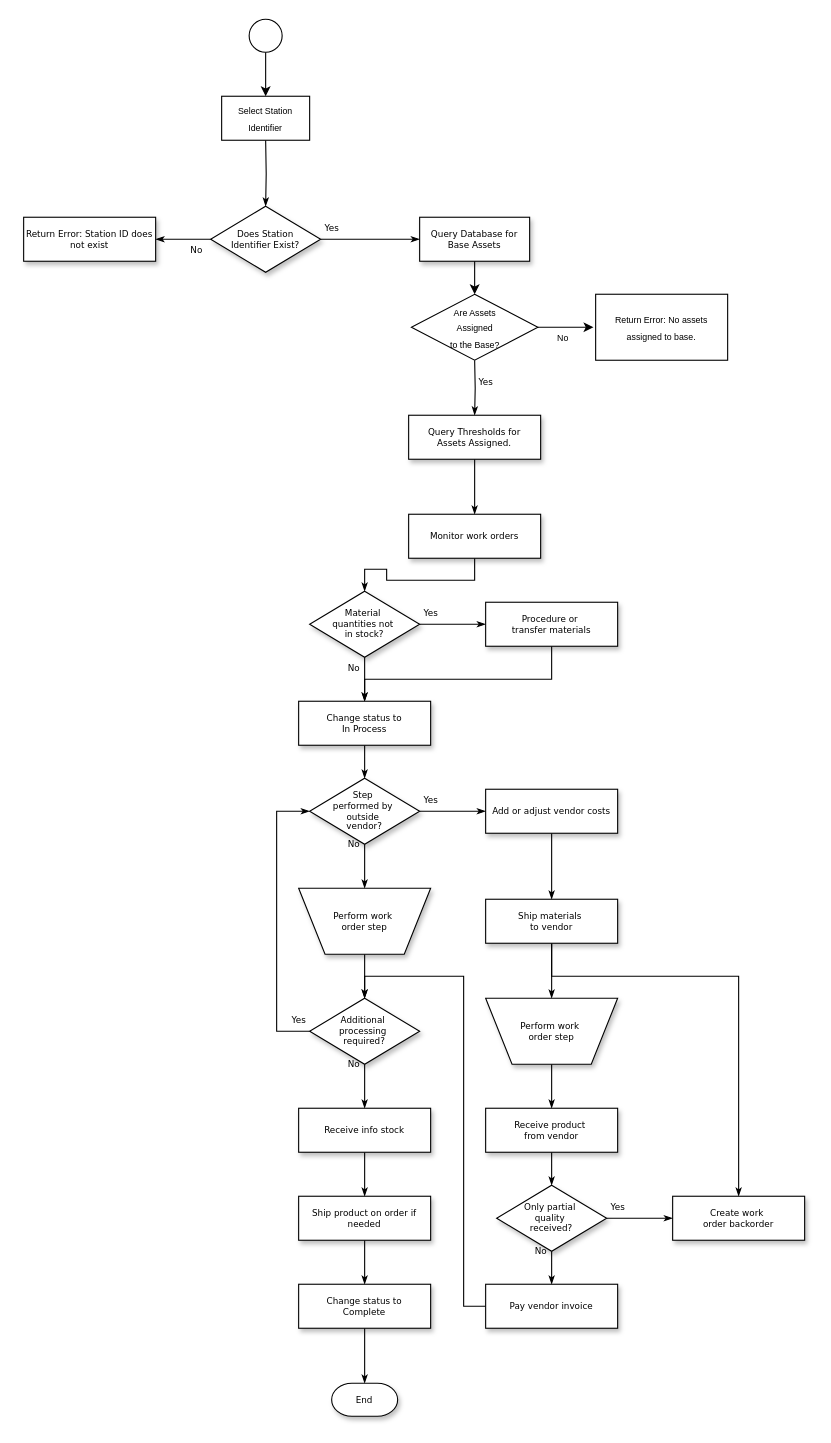
Before: Untitled Diagram.drawio in sd19surf/brad_test, a draw.io diagram. Source tidied: cells renumbered, new cells numbered last; positions are measured from the earlier drawing's top-left corner, leaving out a move shared by most shapes. Both pictures are drawn from the tidied source at 110%, with x=0, y=0 at pixel (23, 19).
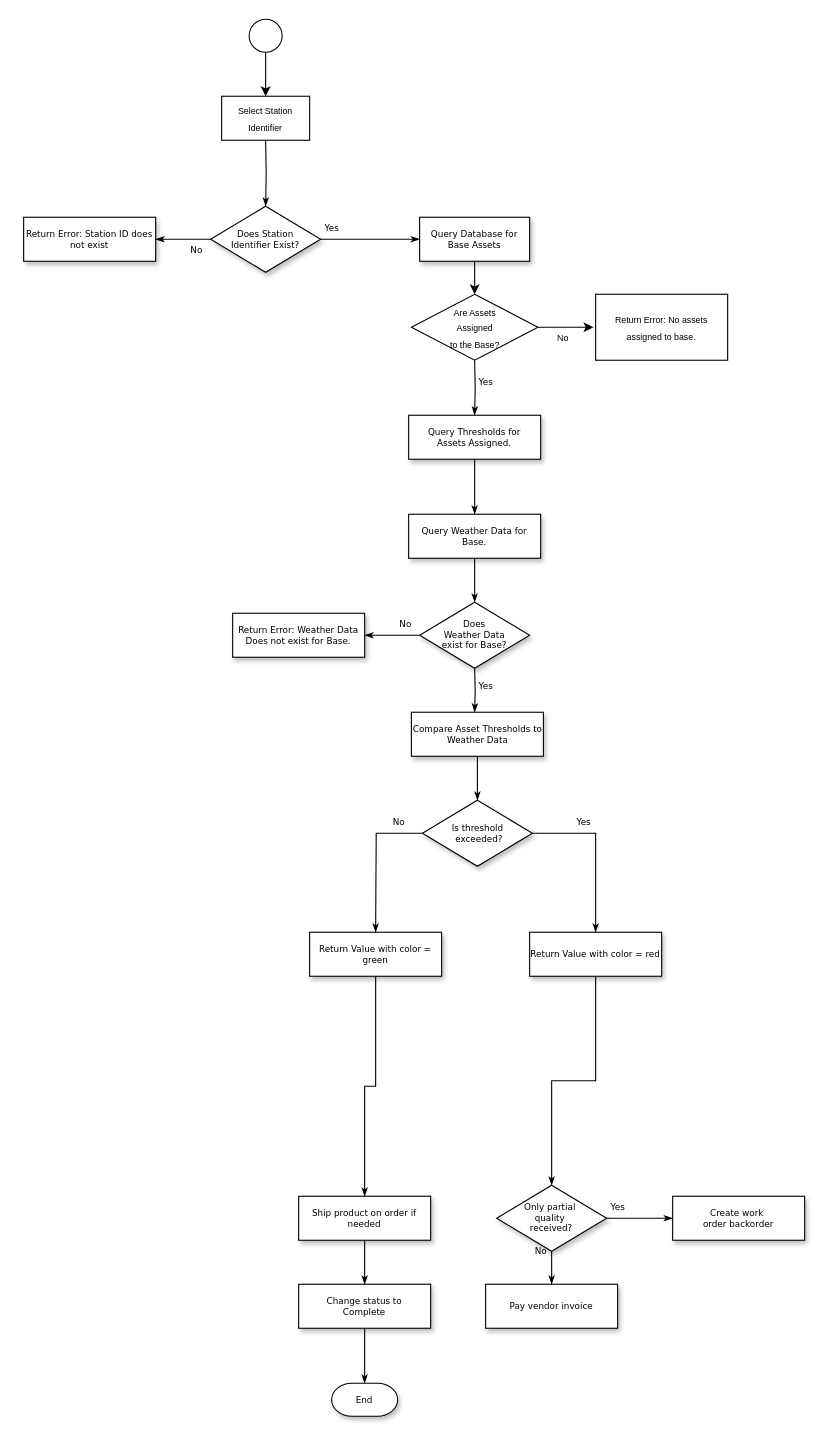
The same diagram, later.

Unchanged cells that the change refers to:
```xml
<mxCell id="44" value="Create work&amp;nbsp;&lt;div&gt;order backorder&lt;/div&gt;" style="whiteSpace=wrap;html=1;rounded=0;shadow=1;labelBackgroundColor=none;strokeWidth=1;fontFamily=Verdana;fontSize=8;align=center;" parent="1" vertex="1">
  <mxGeometry x="590" y="1070" width="120" height="40" as="geometry" />
</mxCell>
<mxCell id="48" value="Pay vendor invoice" style="rounded=0;whiteSpace=wrap;html=1;shadow=1;labelBackgroundColor=none;strokeWidth=1;fontFamily=Verdana;fontSize=8;align=center;" parent="1" vertex="1">
  <mxGeometry x="420" y="1150" width="120" height="40" as="geometry" />
</mxCell>
```

Diff of the diagram source:
```diff
@@
-    <mxCell id="12" value="Monitor work orders" style="whiteSpace=wrap;html=1;rounded=0;shadow=1;labelBackgroundColor=none;strokeWidth=1;fontFamily=Verdana;fontSize=8;align=center;" parent="1" vertex="1">
+    <mxCell id="12" value="Query Weather Data for Base." style="whiteSpace=wrap;html=1;rounded=0;shadow=1;labelBackgroundColor=none;strokeWidth=1;fontFamily=Verdana;fontSize=8;align=center;" parent="1" vertex="1">
       <mxGeometry x="350" y="450" width="120" height="40" as="geometry" />
     </mxCell>
-    <mxCell id="13" value="Yes" style="edgeStyle=orthogonalEdgeStyle;rounded=0;html=1;labelBackgroundColor=none;startSize=5;endArrow=classicThin;endFill=1;endSize=5;jettySize=auto;strokeWidth=1;fontFamily=Verdana;fontSize=8;" parent="1" edge="1" source="15" target="17">
-      <mxGeometry x="-0.67" y="10" relative="1" as="geometry" />
-    </mxCell>
@@
-    <mxCell id="15" value="Material&amp;nbsp;&lt;div&gt;quantities not&amp;nbsp;&lt;/div&gt;&lt;div&gt;in stock?&lt;/div&gt;" style="rhombus;whiteSpace=wrap;html=1;rounded=0;shadow=1;labelBackgroundColor=none;strokeWidth=1;fontFamily=Verdana;fontSize=8;align=center;" parent="1" vertex="1">
-      <mxGeometry x="260" y="520" width="100" height="60" as="geometry" />
+    <mxCell id="15" value="Does &lt;br&gt;Weather Data &lt;br&gt;exist for Base?" style="rhombus;whiteSpace=wrap;html=1;rounded=0;shadow=1;labelBackgroundColor=none;strokeWidth=1;fontFamily=Verdana;fontSize=8;align=center;" parent="1" vertex="1">
+      <mxGeometry x="360" y="530" width="100" height="60" as="geometry" />
     </mxCell>
-    <mxCell id="16" style="edgeStyle=orthogonalEdgeStyle;rounded=0;html=1;labelBackgroundColor=none;startSize=5;endArrow=classicThin;endFill=1;endSize=5;jettySize=auto;strokeWidth=1;fontFamily=Verdana;fontSize=8;" parent="1" edge="1" source="17" target="19">
-      <mxGeometry relative="1" as="geometry">
-        <Array as="points">
-          <mxPoint x="480" y="600" />
-          <mxPoint x="310" y="600" />
-        </Array>
-      </mxGeometry>
-    </mxCell>
-    <mxCell id="17" value="Procedure or&amp;nbsp;&lt;div&gt;transfer materials&lt;/div&gt;" style="whiteSpace=wrap;html=1;rounded=0;shadow=1;labelBackgroundColor=none;strokeWidth=1;fontFamily=Verdana;fontSize=8;align=center;" parent="1" vertex="1">
-      <mxGeometry x="420" y="530" width="120" height="40" as="geometry" />
-    </mxCell>
-    <mxCell id="18" style="edgeStyle=orthogonalEdgeStyle;rounded=0;html=1;labelBackgroundColor=none;startSize=5;endArrow=classicThin;endFill=1;endSize=5;jettySize=auto;strokeWidth=1;fontFamily=Verdana;fontSize=8;" parent="1" edge="1" source="19" target="22">
-      <mxGeometry relative="1" as="geometry" />
-    </mxCell>
-    <mxCell id="19" value="Change status to&lt;div&gt;In Process&lt;/div&gt;" style="whiteSpace=wrap;html=1;rounded=0;shadow=1;labelBackgroundColor=none;strokeWidth=1;fontFamily=Verdana;fontSize=8;align=center;" parent="1" vertex="1">
-      <mxGeometry x="250" y="620" width="120" height="40" as="geometry" />
+    <mxCell id="19" value="Return Error: Weather Data Does not exist for Base." style="whiteSpace=wrap;html=1;rounded=0;shadow=1;labelBackgroundColor=none;strokeWidth=1;fontFamily=Verdana;fontSize=8;align=center;" parent="1" vertex="1">
+      <mxGeometry x="190" y="540" width="120" height="40" as="geometry" />
     </mxCell>
-    <mxCell id="20" value="Yes" style="edgeStyle=orthogonalEdgeStyle;rounded=0;html=1;labelBackgroundColor=none;startSize=5;endArrow=classicThin;endFill=1;endSize=5;jettySize=auto;strokeWidth=1;fontFamily=Verdana;fontSize=8;" parent="1" edge="1" source="22" target="24">
-      <mxGeometry x="-0.67" y="10" relative="1" as="geometry" />
-    </mxCell>
-    <mxCell id="21" value="No" style="edgeStyle=orthogonalEdgeStyle;rounded=0;html=1;labelBackgroundColor=none;startSize=5;endArrow=classicThin;endFill=1;endSize=5;jettySize=auto;strokeWidth=1;fontFamily=Verdana;fontSize=8;" parent="1" edge="1" source="22" target="26">
-      <mxGeometry x="-1" y="-10" relative="1" as="geometry" />
-    </mxCell>
-    <mxCell id="22" value="Step&amp;nbsp;&lt;div&gt;performed by&amp;nbsp;&lt;/div&gt;&lt;div&gt;outside&amp;nbsp;&lt;/div&gt;&lt;div&gt;vendor?&lt;/div&gt;" style="rhombus;whiteSpace=wrap;html=1;rounded=0;shadow=1;labelBackgroundColor=none;strokeWidth=1;fontFamily=Verdana;fontSize=8;align=center;" parent="1" vertex="1">
-      <mxGeometry x="260" y="690" width="100" height="60" as="geometry" />
-    </mxCell>
-    <mxCell id="23" style="edgeStyle=orthogonalEdgeStyle;rounded=0;html=1;labelBackgroundColor=none;startSize=5;endArrow=classicThin;endFill=1;endSize=5;jettySize=auto;strokeWidth=1;fontFamily=Verdana;fontSize=8;" parent="1" edge="1" source="24" target="29">
-      <mxGeometry relative="1" as="geometry" />
+    <mxCell id="23" style="edgeStyle=orthogonalEdgeStyle;rounded=0;html=1;labelBackgroundColor=none;startSize=5;endArrow=classicThin;endFill=1;endSize=5;jettySize=auto;strokeWidth=1;fontFamily=Verdana;fontSize=8;" parent="1" edge="1" source="24">
+      <mxGeometry relative="1" as="geometry">
+        <mxPoint x="412.5" y="710" as="targetPoint" />
+      </mxGeometry>
     </mxCell>
-    <mxCell id="24" value="Add or adjust vendor costs" style="whiteSpace=wrap;html=1;rounded=0;shadow=1;labelBackgroundColor=none;strokeWidth=1;fontFamily=Verdana;fontSize=8;align=center;" parent="1" vertex="1">
-      <mxGeometry x="420" y="700" width="120" height="40" as="geometry" />
+    <mxCell id="24" value="Compare Asset Thresholds to Weather Data" style="whiteSpace=wrap;html=1;rounded=0;shadow=1;labelBackgroundColor=none;strokeWidth=1;fontFamily=Verdana;fontSize=8;align=center;" parent="1" vertex="1">
+      <mxGeometry x="352.5" y="630" width="120" height="40" as="geometry" />
     </mxCell>
-    <mxCell id="25" style="edgeStyle=orthogonalEdgeStyle;rounded=0;html=1;labelBackgroundColor=none;startSize=5;endArrow=classicThin;endFill=1;endSize=5;jettySize=auto;strokeWidth=1;fontFamily=Verdana;fontSize=8;" parent="1" edge="1" source="26" target="32">
-      <mxGeometry relative="1" as="geometry" />
-    </mxCell>
-    <mxCell id="26" value="Perform work&amp;nbsp;&lt;div&gt;order step&lt;/div&gt;" style="shape=trapezoid;whiteSpace=wrap;html=1;rounded=0;shadow=1;labelBackgroundColor=none;strokeWidth=1;fontFamily=Verdana;fontSize=8;align=center;flipV=1;" parent="1" vertex="1">
-      <mxGeometry x="250" y="790" width="120" height="60" as="geometry" />
-    </mxCell>
-    <mxCell id="27" style="edgeStyle=orthogonalEdgeStyle;rounded=0;html=1;labelBackgroundColor=none;startSize=5;endArrow=classicThin;endFill=1;endSize=5;jettySize=auto;strokeWidth=1;fontFamily=Verdana;fontSize=8;" parent="1" edge="1" source="29" target="34">
-      <mxGeometry relative="1" as="geometry" />
-    </mxCell>
-    <mxCell id="28" style="edgeStyle=orthogonalEdgeStyle;rounded=0;html=1;labelBackgroundColor=none;startSize=5;endArrow=classicThin;endFill=1;endSize=5;jettySize=auto;strokeWidth=1;fontFamily=Verdana;fontSize=8;" parent="1" edge="1" source="29" target="44">
-      <mxGeometry relative="1" as="geometry">
-        <Array as="points">
-          <mxPoint x="480" y="870" />
-          <mxPoint x="650" y="870" />
-        </Array>
-      </mxGeometry>
-    </mxCell>
-    <mxCell id="29" value="Ship materials&amp;nbsp;&lt;div&gt;to vendor&lt;/div&gt;" style="rounded=0;whiteSpace=wrap;html=1;shadow=1;labelBackgroundColor=none;strokeWidth=1;fontFamily=Verdana;fontSize=8;align=center;" parent="1" vertex="1">
-      <mxGeometry x="420" y="800" width="120" height="40" as="geometry" />
-    </mxCell>
-    <mxCell id="30" value="Yes" style="edgeStyle=orthogonalEdgeStyle;rounded=0;html=1;labelBackgroundColor=none;startSize=5;endArrow=classicThin;endFill=1;endSize=5;jettySize=auto;strokeWidth=1;fontFamily=Verdana;fontSize=8;" parent="1" edge="1" source="32" target="22">
-      <mxGeometry x="-0.69" y="-20" relative="1" as="geometry">
-        <Array as="points">
-          <mxPoint x="230" y="920" />
-          <mxPoint x="230" y="720" />
-        </Array>
-      </mxGeometry>
-    </mxCell>
-    <mxCell id="31" value="No" style="edgeStyle=orthogonalEdgeStyle;rounded=0;html=1;labelBackgroundColor=none;startSize=5;endArrow=classicThin;endFill=1;endSize=5;jettySize=auto;strokeWidth=1;fontFamily=Verdana;fontSize=8;" parent="1" edge="1" source="32" target="36">
-      <mxGeometry x="-1" y="-10" relative="1" as="geometry" />
+    <mxCell id="31" value="No" style="edgeStyle=orthogonalEdgeStyle;rounded=0;html=1;labelBackgroundColor=none;startSize=5;endArrow=classicThin;endFill=1;endSize=5;jettySize=auto;strokeWidth=1;fontFamily=Verdana;fontSize=8;exitX=0;exitY=0.5;exitDx=0;exitDy=0;" parent="1" edge="1" source="32">
+      <mxGeometry x="-0.66" y="-10" relative="1" as="geometry">
+        <mxPoint x="320" y="830" as="targetPoint" />
+      </mxGeometry>
     </mxCell>
-    <mxCell id="32" value="Additional&amp;nbsp;&lt;div&gt;processing&amp;nbsp;&lt;/div&gt;&lt;div&gt;required?&lt;/div&gt;" style="rhombus;whiteSpace=wrap;html=1;rounded=0;shadow=1;labelBackgroundColor=none;strokeWidth=1;fontFamily=Verdana;fontSize=8;align=center;" parent="1" vertex="1">
-      <mxGeometry x="260" y="890" width="100" height="60" as="geometry" />
+    <mxCell id="32" value="Is threshold&lt;br&gt;&amp;nbsp;exceeded?" style="rhombus;whiteSpace=wrap;html=1;rounded=0;shadow=1;labelBackgroundColor=none;strokeWidth=1;fontFamily=Verdana;fontSize=8;align=center;" parent="1" vertex="1">
+      <mxGeometry x="362.5" y="710" width="100" height="60" as="geometry" />
     </mxCell>
-    <mxCell id="33" style="edgeStyle=orthogonalEdgeStyle;rounded=0;html=1;labelBackgroundColor=none;startSize=5;endArrow=classicThin;endFill=1;endSize=5;jettySize=auto;strokeWidth=1;fontFamily=Verdana;fontSize=8;" parent="1" edge="1" source="34" target="38">
-      <mxGeometry relative="1" as="geometry" />
-    </mxCell>
-    <mxCell id="34" value="Perform work&amp;nbsp;&lt;div&gt;order step&lt;/div&gt;" style="shape=trapezoid;whiteSpace=wrap;html=1;rounded=0;shadow=1;labelBackgroundColor=none;strokeWidth=1;fontFamily=Verdana;fontSize=8;align=center;flipV=1;" parent="1" vertex="1">
-      <mxGeometry x="420" y="890" width="120" height="60" as="geometry" />
-    </mxCell>
@@
-    <mxCell id="36" value="Receive info stock" style="rounded=0;whiteSpace=wrap;html=1;shadow=1;labelBackgroundColor=none;strokeWidth=1;fontFamily=Verdana;fontSize=8;align=center;" parent="1" vertex="1">
-      <mxGeometry x="250" y="990" width="120" height="40" as="geometry" />
+    <mxCell id="36" value="Return Value with color = green" style="rounded=0;whiteSpace=wrap;html=1;shadow=1;labelBackgroundColor=none;strokeWidth=1;fontFamily=Verdana;fontSize=8;align=center;" parent="1" vertex="1">
+      <mxGeometry x="260" y="830" width="120" height="40" as="geometry" />
     </mxCell>
@@
-    <mxCell id="38" value="Receive product&amp;nbsp;&lt;div&gt;from vendor&lt;/div&gt;" style="rounded=0;whiteSpace=wrap;html=1;shadow=1;labelBackgroundColor=none;strokeWidth=1;fontFamily=Verdana;fontSize=8;align=center;" parent="1" vertex="1">
-      <mxGeometry x="420" y="990" width="120" height="40" as="geometry" />
+    <mxCell id="38" value="Return Value with color = red" style="rounded=0;whiteSpace=wrap;html=1;shadow=1;labelBackgroundColor=none;strokeWidth=1;fontFamily=Verdana;fontSize=8;align=center;" parent="1" vertex="1">
+      <mxGeometry x="460" y="830" width="120" height="40" as="geometry" />
     </mxCell>
@@
-    <mxCell id="47" style="edgeStyle=orthogonalEdgeStyle;rounded=0;html=1;labelBackgroundColor=none;startSize=5;endArrow=classicThin;endFill=1;endSize=5;jettySize=auto;strokeWidth=1;fontFamily=Verdana;fontSize=8;" parent="1" edge="1" source="48" target="32">
-      <mxGeometry relative="1" as="geometry">
-        <Array as="points">
-          <mxPoint x="400" y="1170" />
-          <mxPoint x="400" y="870" />
-          <mxPoint x="310" y="870" />
-        </Array>
-      </mxGeometry>
-    </mxCell>
@@
+    <mxCell id="57" value="Yes" style="edgeStyle=orthogonalEdgeStyle;rounded=0;html=1;labelBackgroundColor=none;startSize=5;endArrow=classicThin;endFill=1;endSize=5;jettySize=auto;orthogonalLoop=1;strokeWidth=1;fontFamily=Verdana;fontSize=8;" parent="1" edge="1">
+      <mxGeometry x="-0.25" y="10" relative="1" as="geometry">
+        <mxPoint x="410" y="590" as="sourcePoint" />
+        <mxPoint x="410" y="630" as="targetPoint" />
+      </mxGeometry>
+    </mxCell>
+    <mxCell id="58" value="Yes" style="edgeStyle=orthogonalEdgeStyle;rounded=0;html=1;labelBackgroundColor=none;startSize=5;endArrow=classicThin;endFill=1;endSize=5;jettySize=auto;strokeWidth=1;fontFamily=Verdana;fontSize=8;entryX=0.5;entryY=0;entryDx=0;entryDy=0;" parent="1" edge="1" target="38">
+      <mxGeometry x="-0.37" y="10" relative="1" as="geometry">
+        <mxPoint x="462.5" y="740" as="sourcePoint" />
+        <Array as="points">
+          <mxPoint x="520" y="740" />
+        </Array>
+      </mxGeometry>
+    </mxCell>
```
